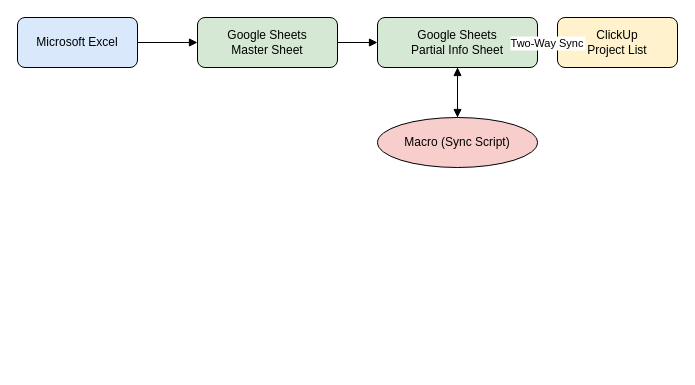
Above: page "Clickup" (3 of 3) of Foremost Workflow.drawio in zackbanff/Flowcharts (draw.io), before the change. Source tidied: cells renumbered, new cells numbered last; positions are measured from the earlier drawing's top-left corner, leaving out a move shared by most shapes. Both pictures are drawn from the tidied source at 100%, with x=0, y=0 at pixel (17, 17).
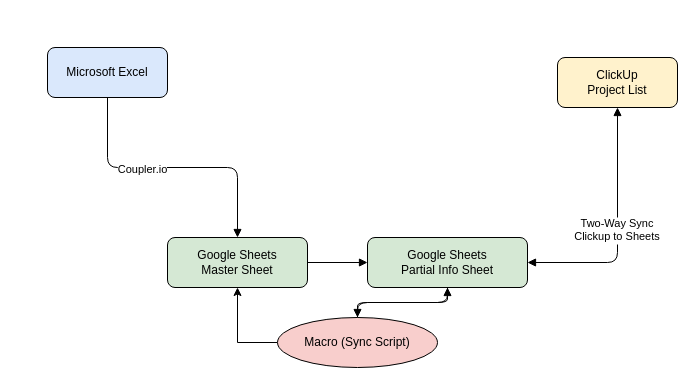
The same page after the edit.

Diff of the diagram source:
```diff
@@
 <mxGraphModel>
   <root>
     <mxCell id="0" />
     <mxCell id="1" parent="0" />
     <mxCell id="2" value="Microsoft Excel" style="rounded=1;whiteSpace=wrap;html=1;align=center;verticalAlign=middle;fillColor=#dae8fc;" parent="1" vertex="1">
-      <mxGeometry width="120" height="50" as="geometry" />
+      <mxGeometry x="30" y="30" width="120" height="50" as="geometry" />
     </mxCell>
     <mxCell id="3" value="Google Sheets&#10;Master Sheet" style="rounded=1;whiteSpace=wrap;html=1;align=center;verticalAlign=middle;fillColor=#d5e8d4;" parent="1" vertex="1">
-      <mxGeometry x="180" width="140" height="50" as="geometry" />
+      <mxGeometry x="150" y="220" width="140" height="50" as="geometry" />
     </mxCell>
     <mxCell id="4" value="Google Sheets&#10;Partial Info Sheet" style="rounded=1;whiteSpace=wrap;html=1;align=center;verticalAlign=middle;fillColor=#d5e8d4;" parent="1" vertex="1">
-      <mxGeometry x="360" width="160" height="50" as="geometry" />
+      <mxGeometry x="350" y="220" width="160" height="50" as="geometry" />
     </mxCell>
     <mxCell id="5" value="ClickUp&#10;Project List" style="rounded=1;whiteSpace=wrap;html=1;align=center;verticalAlign=middle;fillColor=#fff2cc;" parent="1" vertex="1">
-      <mxGeometry x="540" width="120" height="50" as="geometry" />
+      <mxGeometry x="540" y="40" width="120" height="50" as="geometry" />
     </mxCell>
+    <mxCell id="12" style="edgeStyle=orthogonalEdgeStyle;rounded=0;jettySize=auto;html=1;exitX=0;exitY=0.5;exitDx=0;exitDy=0;entryX=0.5;entryY=1;entryDx=0;entryDy=0;" parent="1" edge="1" source="6" target="3">
+      <mxGeometry relative="1" as="geometry" />
+    </mxCell>
     <mxCell id="6" value="Macro (Sync Script)" style="ellipse;whiteSpace=wrap;html=1;align=center;verticalAlign=middle;fillColor=#f8cecc;" parent="1" vertex="1">
-      <mxGeometry x="360" y="100" width="160" height="50" as="geometry" />
+      <mxGeometry x="260" y="300" width="160" height="50" as="geometry" />
     </mxCell>
     <mxCell id="7" style="endArrow=block;edgeStyle=orthogonalEdgeStyle;" parent="1" edge="1" source="2" target="3">
       <mxGeometry relative="1" as="geometry" />
     </mxCell>
+    <mxCell id="13" value="Coupler.io" style="edgeLabel;html=1;align=center;verticalAlign=middle;" parent="7" vertex="1">
+      <mxGeometry x="-0.23" y="-1" relative="1" as="geometry" />
+    </mxCell>
     <mxCell id="8" style="endArrow=block;edgeStyle=orthogonalEdgeStyle;" parent="1" edge="1" source="3" target="4">
       <mxGeometry relative="1" as="geometry" />
     </mxCell>
-    <mxCell id="9" value="Two-Way Sync" style="edgeStyle=orthogonalEdgeStyle;startArrow=block;endArrow=block;" parent="1" edge="1" source="4" target="5">
+    <mxCell id="9" value="Two-Way Sync&#10;Clickup to Sheets" style="edgeStyle=orthogonalEdgeStyle;startArrow=block;endArrow=block;" parent="1" edge="1" source="4" target="5">
       <mxGeometry relative="1" as="geometry" />
     </mxCell>
     <mxCell id="10" style="endArrow=block;edgeStyle=elbowEdgeStyle;elbow=vertical;" parent="1" edge="1" source="4" target="6">
       <mxGeometry relative="1" as="geometry" />
     </mxCell>
     <mxCell id="11" style="endArrow=block;edgeStyle=elbowEdgeStyle;elbow=vertical;" parent="1" edge="1" source="6" target="4">
       <mxGeometry relative="1" as="geometry" />
     </mxCell>
   </root>
 </mxGraphModel>
```
